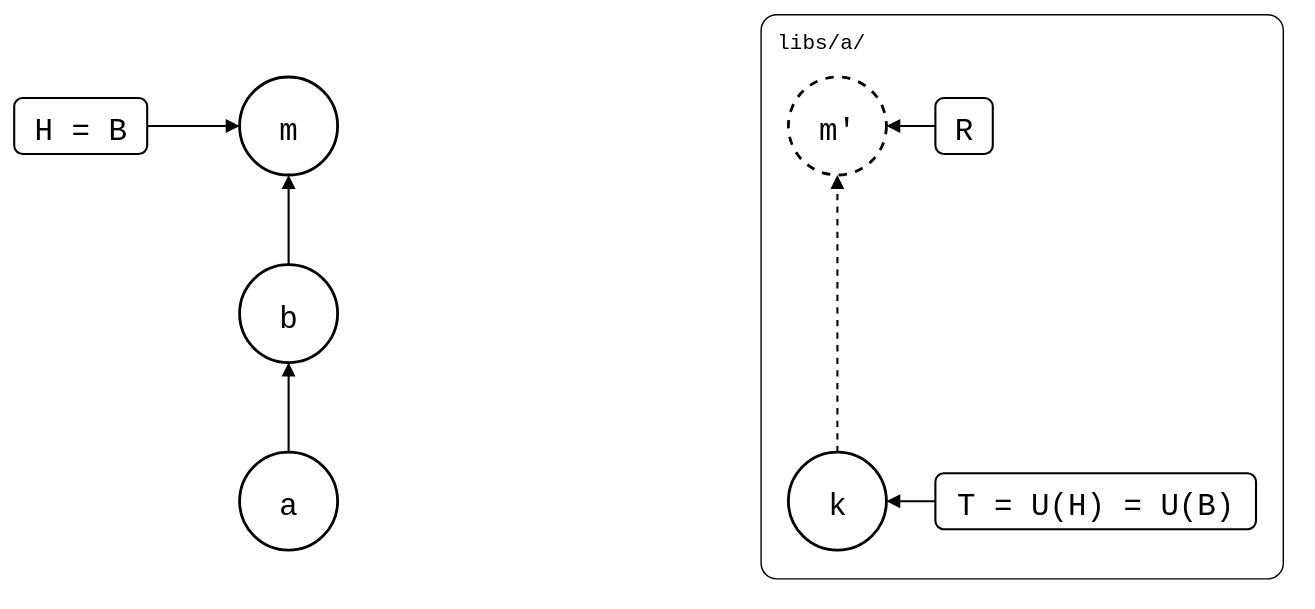
Above: test/scenarios/up-to-date/push-ahead/moved-with-unpushed-commits/moved-with-unpushed-commits.drawio.svg in roschaefer/git-splice (draw.io), before the change. Source tidied: cells renumbered, new cells last; positions are measured from the earlier drawing's top-left corner, leaving out a move shared by most shapes.
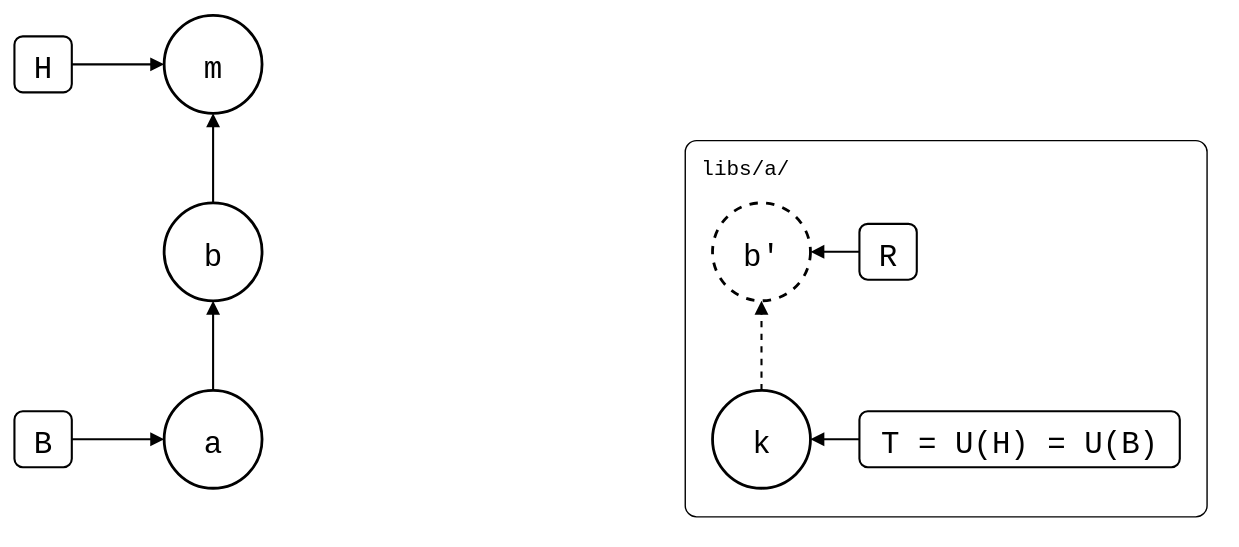
The same file after the commit.

Change to the diagram source:
```diff
@@ -3,7 +3,7 @@
     <mxCell id="0" />
     <mxCell id="1" parent="0" />
     <mxCell id="2" value="libs/a/" style="rounded=1;arcSize=3;fillColor=none;strokeWidth=1;fontSize=15;verticalAlign=top;align=left;spacingLeft=10;spacingTop=4;fontFamily=Roboto Mono,monospace;" parent="1" vertex="1">
-      <mxGeometry x="533" width="373" height="403" as="geometry" />
+      <mxGeometry x="533" y="134" width="373" height="269" as="geometry" />
     </mxCell>
     <mxCell id="3" value="a" style="ellipse;strokeWidth=2;fontSize=22;fontFamily=Roboto Mono,monospace;" parent="1" vertex="1">
       <mxGeometry x="161" y="313" width="70" height="70" as="geometry" />
@@ -17,11 +17,11 @@
     <mxCell id="6" value="k" style="ellipse;strokeWidth=2;fontSize=22;fontFamily=Roboto Mono,monospace;" parent="1" vertex="1">
       <mxGeometry x="553" y="313" width="70" height="70" as="geometry" />
     </mxCell>
-    <mxCell id="7" value="m'" style="ellipse;strokeWidth=2;fontSize=22;fontFamily=Roboto Mono,monospace;dashed=1;" parent="1" vertex="1">
-      <mxGeometry x="553" y="45" width="70" height="70" as="geometry" />
-    </mxCell>
+    <mxCell id="17" value="b'" style="ellipse;strokeWidth=2;fontSize=22;fontFamily=Roboto Mono,monospace;dashed=1;" parent="1" vertex="1">
+      <mxGeometry x="553" y="179" width="70" height="70" as="geometry" />
+    </mxCell>
-    <mxCell id="8" value="H = B" style="rounded=1;strokeWidth=1.5;fontSize=22;fontFamily=Roboto Mono,monospace;" parent="1" vertex="1">
-      <mxGeometry y="60" width="95" height="40" as="geometry" />
+    <mxCell id="8" value="H" style="rounded=1;strokeWidth=1.5;fontSize=22;fontFamily=Roboto Mono,monospace;" parent="1" vertex="1">
+      <mxGeometry x="54" y="60" width="41" height="40" as="geometry" />
     </mxCell>
     <mxCell id="9" style="endArrow=block;endFill=1;html=1;strokeWidth=1.5;rounded=0;" parent="1" edge="1" source="8" target="5">
       <mxGeometry relative="1" as="geometry" />
@@ -33,9 +33,9 @@
       <mxGeometry relative="1" as="geometry" />
     </mxCell>
     <mxCell id="12" value="R" style="rounded=1;strokeWidth=1.5;fontSize=22;fontFamily=Roboto Mono,monospace;" parent="1" vertex="1">
-      <mxGeometry x="658" y="60" width="41" height="40" as="geometry" />
+      <mxGeometry x="658" y="194" width="41" height="40" as="geometry" />
     </mxCell>
-    <mxCell id="13" style="endArrow=block;endFill=1;html=1;strokeWidth=1.5;rounded=0;" parent="1" edge="1" source="12" target="7">
+    <mxCell id="13" style="endArrow=block;endFill=1;html=1;strokeWidth=1.5;rounded=0;" parent="1" edge="1" source="12" target="17">
       <mxGeometry relative="1" as="geometry" />
     </mxCell>
     <mxCell id="14" style="endArrow=block;endFill=1;html=1;strokeWidth=1.5;rounded=0;" parent="1" edge="1" source="3" target="4">
@@ -44,8 +44,14 @@
     <mxCell id="15" style="endArrow=block;endFill=1;html=1;strokeWidth=1.5;rounded=0;" parent="1" edge="1" source="4" target="5">
       <mxGeometry relative="1" as="geometry" />
     </mxCell>
-    <mxCell id="16" style="endArrow=block;endFill=1;html=1;strokeWidth=1.5;rounded=0;dashed=1;" parent="1" edge="1" source="6" target="7">
+    <mxCell id="16" style="endArrow=block;endFill=1;html=1;strokeWidth=1.5;rounded=0;dashed=1;" parent="1" edge="1" source="6" target="17">
       <mxGeometry relative="1" as="geometry" />
     </mxCell>
+    <mxCell id="18" value="B" style="rounded=1;strokeWidth=1.5;fontSize=22;fontFamily=Roboto Mono,monospace;" parent="1" vertex="1">
+      <mxGeometry x="54" y="328" width="41" height="40" as="geometry" />
+    </mxCell>
+    <mxCell id="19" style="endArrow=block;endFill=1;html=1;strokeWidth=1.5;rounded=0;" parent="1" edge="1" source="18" target="3">
+      <mxGeometry relative="1" as="geometry" />
+    </mxCell>
   </root>
 </mxGraphModel>
```
